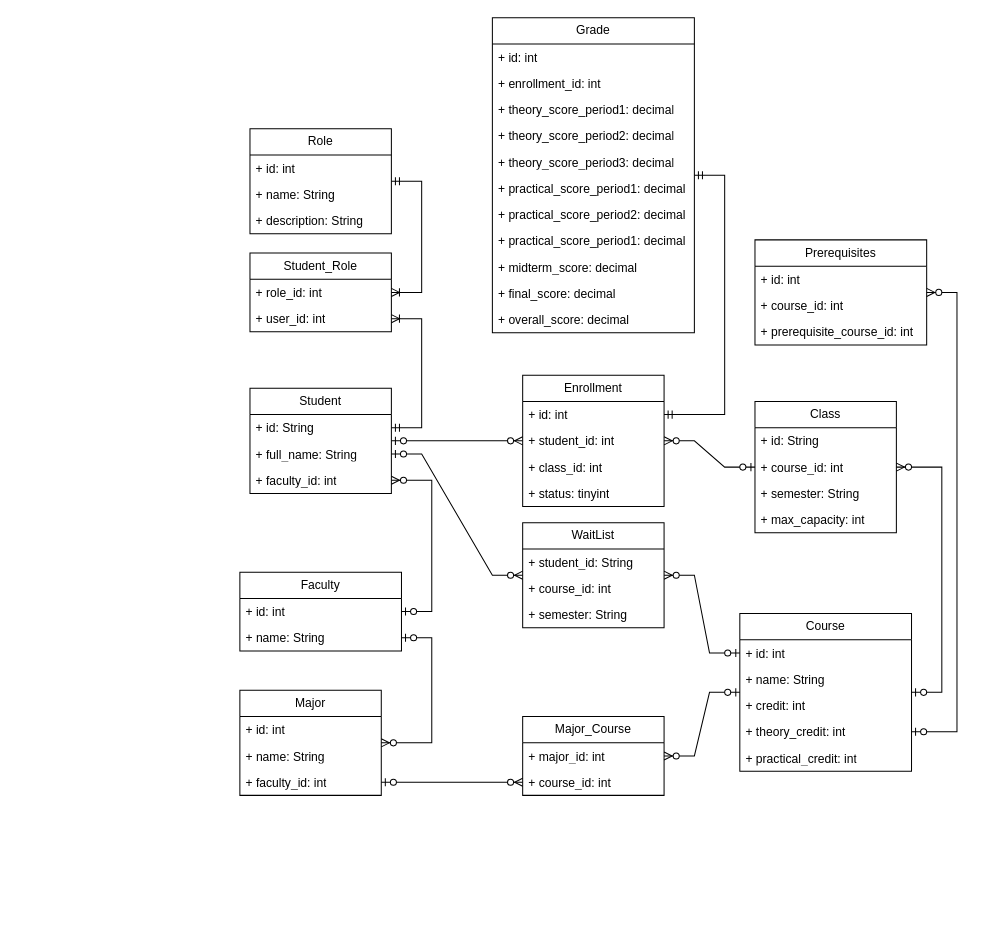
This is University-Enrollment-System.drawio from LaMinhTam/University-Enrollment-System, a draw.io file, before an edit. Source tidied: cells renumbered, new cells numbered last; positions are measured from the earlier drawing's top-left corner, leaving out a move shared by most shapes. Both pictures are drawn from the tidied source at 101%, with x=0, y=0 at pixel (-357, 17).
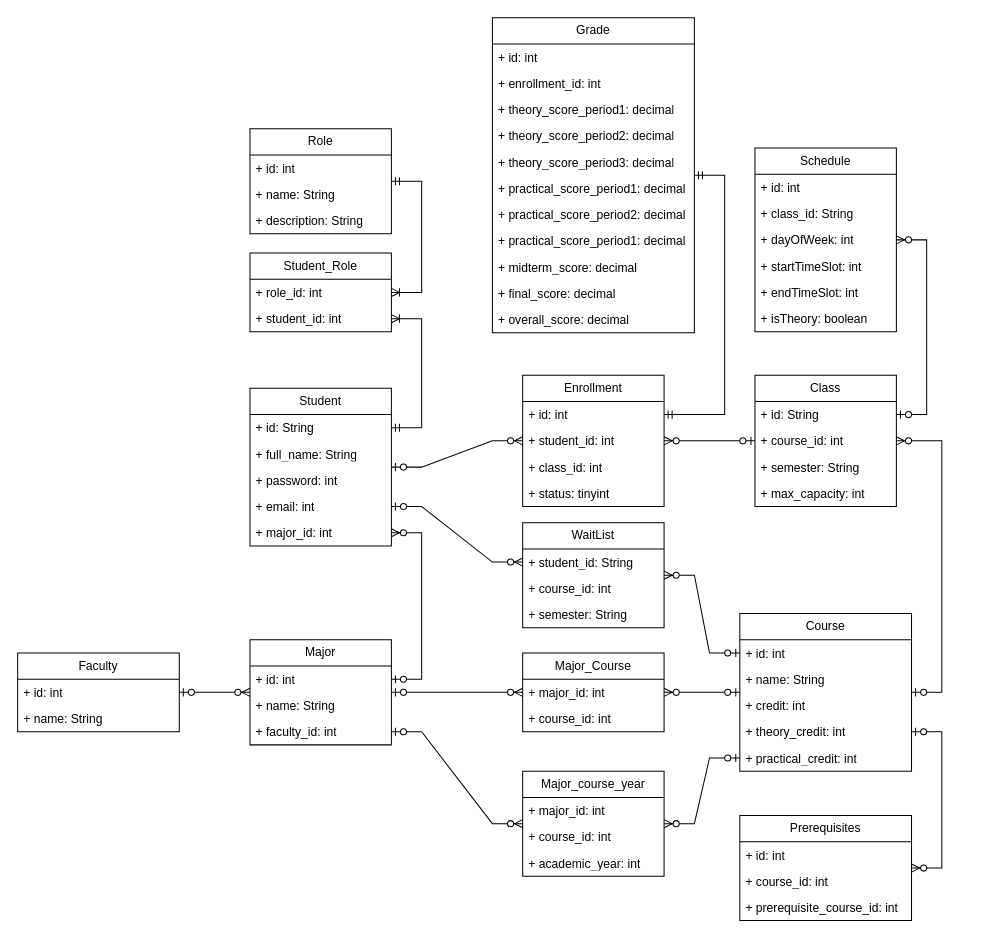
After the change.

Unchanged cells that the change refers to:
```xml
<mxCell id="2" value="Student_Role" style="swimlane;fontStyle=0;horizontal=1;startSize=26;fillColor=none;whiteSpace=wrap;html=1;" parent="1" vertex="1">
  <mxGeometry x="600" y="233" width="140" height="78" as="geometry" />
</mxCell>
<mxCell id="13" value="+ full_name: String" style="text;strokeColor=none;fillColor=none;align=left;verticalAlign=top;spacingLeft=4;spacingRight=4;overflow=hidden;points=[[0,0.5],[1,0.5]];portConstraint=eastwest;whiteSpace=wrap;html=1;" parent="11" vertex="1">
  <mxGeometry y="52" width="140" height="26" as="geometry" />
</mxCell>
<mxCell id="17" value="+ name: String" style="text;strokeColor=none;fillColor=none;align=left;verticalAlign=top;spacingLeft=4;spacingRight=4;overflow=hidden;points=[[0,0.5],[1,0.5]];portConstraint=eastwest;whiteSpace=wrap;html=1;" parent="15" vertex="1">
  <mxGeometry y="52" width="160" height="26" as="geometry" />
</mxCell>
<mxCell id="23" value="+ practical_credit: int" style="text;strokeColor=none;fillColor=none;align=left;verticalAlign=top;spacingLeft=4;spacingRight=4;overflow=hidden;points=[[0,0.5],[1,0.5]];portConstraint=eastwest;whiteSpace=wrap;html=1;" parent="18" vertex="1">
  <mxGeometry y="130" width="170" height="26" as="geometry" />
</mxCell>
<mxCell id="25" value="+ id: String" style="text;strokeColor=none;fillColor=none;align=left;verticalAlign=top;spacingLeft=4;spacingRight=4;overflow=hidden;points=[[0,0.5],[1,0.5]];portConstraint=eastwest;whiteSpace=wrap;html=1;" parent="24" vertex="1">
  <mxGeometry y="26" width="140" height="26" as="geometry" />
</mxCell>
<mxCell id="39" value="+ course_id: int" style="text;strokeColor=none;fillColor=none;align=left;verticalAlign=top;spacingLeft=4;spacingRight=4;overflow=hidden;points=[[0,0.5],[1,0.5]];portConstraint=eastwest;whiteSpace=wrap;html=1;" parent="37" vertex="1">
  <mxGeometry y="52" width="140" height="26" as="geometry" />
</mxCell>
<mxCell id="60" value="WaitList" style="swimlane;fontStyle=0;horizontal=1;startSize=26;fillColor=none;whiteSpace=wrap;html=1;" parent="1" vertex="1">
  <mxGeometry x="870" y="500" width="140" height="104" as="geometry" />
</mxCell>
<mxCell id="61" value="+ student_id: String" style="text;strokeColor=none;fillColor=none;align=left;verticalAlign=top;spacingLeft=4;spacingRight=4;overflow=hidden;points=[[0,0.5],[1,0.5]];portConstraint=eastwest;whiteSpace=wrap;html=1;" parent="60" vertex="1">
  <mxGeometry y="26" width="140" height="26" as="geometry" />
</mxCell>
<mxCell id="68" value="+ id: int" style="text;strokeColor=none;fillColor=none;align=left;verticalAlign=top;spacingLeft=4;spacingRight=4;overflow=hidden;points=[[0,0.5],[1,0.5]];portConstraint=eastwest;whiteSpace=wrap;html=1;" parent="67" vertex="1">
  <mxGeometry y="26" width="140" height="26" as="geometry" />
</mxCell>
<mxCell id="70" value="+ faculty_id: int" style="text;strokeColor=none;fillColor=none;align=left;verticalAlign=top;spacingLeft=4;spacingRight=4;overflow=hidden;points=[[0,0.5],[1,0.5]];portConstraint=eastwest;whiteSpace=wrap;html=1;" parent="67" vertex="1">
  <mxGeometry y="78" width="140" height="26" as="geometry" />
</mxCell>
```

Change to the diagram source:
```diff
@@
-    <mxCell id="4" value="+ user_id: int" style="text;strokeColor=none;fillColor=none;align=left;verticalAlign=top;spacingLeft=4;spacingRight=4;overflow=hidden;points=[[0,0.5],[1,0.5]];portConstraint=eastwest;whiteSpace=wrap;html=1;" parent="2" vertex="1">
+    <mxCell id="4" value="+ student_id: int" style="text;strokeColor=none;fillColor=none;align=left;verticalAlign=top;spacingLeft=4;spacingRight=4;overflow=hidden;points=[[0,0.5],[1,0.5]];portConstraint=eastwest;whiteSpace=wrap;html=1;" parent="2" vertex="1">
       <mxGeometry y="52" width="140" height="26" as="geometry" />
     </mxCell>
@@
     <mxCell id="11" value="Student" style="swimlane;fontStyle=0;horizontal=1;startSize=26;fillColor=none;whiteSpace=wrap;html=1;" parent="1" vertex="1">
-      <mxGeometry x="600" y="367" width="140" height="104" as="geometry" />
+      <mxGeometry x="600" y="367" width="140" height="156" as="geometry" />
     </mxCell>
@@
+    <mxCell id="72" value="+ password: int" style="text;strokeColor=none;fillColor=none;align=left;verticalAlign=top;spacingLeft=4;spacingRight=4;overflow=hidden;whiteSpace=wrap;html=1;" parent="11" vertex="1">
+      <mxGeometry y="78" width="140" height="26" as="geometry" />
+    </mxCell>
+    <mxCell id="73" value="+ email: int" style="text;strokeColor=none;fillColor=none;align=left;verticalAlign=top;spacingLeft=4;spacingRight=4;overflow=hidden;points=[[0,0.5],[1,0.5]];portConstraint=eastwest;whiteSpace=wrap;html=1;" parent="11" vertex="1">
+      <mxGeometry y="104" width="140" height="26" as="geometry" />
+    </mxCell>
-    <mxCell id="14" value="+ faculty_id: int" style="text;strokeColor=none;fillColor=none;align=left;verticalAlign=top;spacingLeft=4;spacingRight=4;overflow=hidden;points=[[0,0.5],[1,0.5]];portConstraint=eastwest;whiteSpace=wrap;html=1;" parent="11" vertex="1">
-      <mxGeometry y="78" width="140" height="26" as="geometry" />
+    <mxCell id="14" value="+ major_id: int" style="text;strokeColor=none;fillColor=none;align=left;verticalAlign=top;spacingLeft=4;spacingRight=4;overflow=hidden;points=[[0,0.5],[1,0.5]];portConstraint=eastwest;whiteSpace=wrap;html=1;" parent="11" vertex="1">
+      <mxGeometry y="130" width="140" height="26" as="geometry" />
     </mxCell>
     <mxCell id="15" value="Faculty" style="swimlane;fontStyle=0;horizontal=1;startSize=26;fillColor=none;whiteSpace=wrap;html=1;" parent="1" vertex="1">
-      <mxGeometry x="590" y="549" width="160" height="78" as="geometry" />
+      <mxGeometry x="370" y="629" width="160" height="78" as="geometry" />
     </mxCell>
@@
     <mxCell id="24" value="Class" style="swimlane;fontStyle=0;horizontal=1;startSize=26;fillColor=none;whiteSpace=wrap;html=1;" parent="1" vertex="1">
-      <mxGeometry x="1100" y="380" width="140" height="130" as="geometry" />
+      <mxGeometry x="1100" y="354" width="140" height="130" as="geometry" />
     </mxCell>
@@
     <mxCell id="37" value="Major_Course" style="swimlane;fontStyle=0;horizontal=1;startSize=26;fillColor=none;whiteSpace=wrap;html=1;" parent="1" vertex="1">
-      <mxGeometry x="870" y="692" width="140" height="78" as="geometry" />
+      <mxGeometry x="870" y="629" width="140" height="78" as="geometry" />
     </mxCell>
@@
-    <mxCell id="41" style="edgeStyle=entityRelationEdgeStyle;fontSize=12;html=1;endArrow=ERzeroToMany;startArrow=ERzeroToOne;rounded=0;entryX=0;entryY=0.5;entryDx=0;entryDy=0;" parent="1" edge="1" source="70" target="39">
+    <mxCell id="41" style="edgeStyle=entityRelationEdgeStyle;fontSize=12;html=1;endArrow=ERzeroToMany;startArrow=ERzeroToOne;rounded=0;" parent="1" edge="1" source="67" target="37">
       <mxGeometry relative="1" as="geometry" />
     </mxCell>
     <mxCell id="42" value="Prerequisites" style="swimlane;fontStyle=0;horizontal=1;startSize=26;fillColor=none;whiteSpace=wrap;html=1;" parent="1" vertex="1">
-      <mxGeometry x="1100" y="220" width="170" height="104" as="geometry" />
+      <mxGeometry x="1085" y="790" width="170" height="104" as="geometry" />
     </mxCell>
@@
-    <mxCell id="64" style="edgeStyle=entityRelationEdgeStyle;fontSize=12;html=1;endArrow=ERzeroToMany;startArrow=ERzeroToOne;rounded=0;" parent="1" edge="1" source="15" target="14">
-      <mxGeometry relative="1" as="geometry">
-        <Array as="points">
-          <mxPoint x="410" y="479" />
-          <mxPoint x="760" y="550" />
-        </Array>
-      </mxGeometry>
-    </mxCell>
-    <mxCell id="65" style="edgeStyle=entityRelationEdgeStyle;fontSize=12;html=1;endArrow=ERzeroToMany;startArrow=ERzeroToOne;rounded=0;" parent="1" edge="1" source="13" target="60">
+    <mxCell id="65" style="edgeStyle=entityRelationEdgeStyle;fontSize=12;html=1;endArrow=ERzeroToMany;startArrow=ERzeroToOne;rounded=0;entryX=0;entryY=0.5;entryDx=0;entryDy=0;" parent="1" edge="1" source="73" target="61">
       <mxGeometry relative="1" as="geometry" />
     </mxCell>
@@
     <mxCell id="67" value="Major" style="swimlane;fontStyle=0;horizontal=1;startSize=26;fillColor=none;whiteSpace=wrap;html=1;" parent="1" vertex="1">
-      <mxGeometry x="590" y="666" width="140" height="104" as="geometry" />
+      <mxGeometry x="600" y="616" width="140" height="104" as="geometry" />
     </mxCell>
@@
-    <mxCell id="71" style="edgeStyle=entityRelationEdgeStyle;fontSize=12;html=1;endArrow=ERzeroToMany;startArrow=ERzeroToOne;rounded=0;" parent="1" edge="1" source="17" target="67">
+    <mxCell id="71" style="edgeStyle=entityRelationEdgeStyle;fontSize=12;html=1;endArrow=ERzeroToMany;startArrow=ERzeroToOne;rounded=0;" parent="1" edge="1" source="15" target="67">
       <mxGeometry relative="1" as="geometry" />
     </mxCell>
+    <mxCell id="74" style="edgeStyle=entityRelationEdgeStyle;fontSize=12;html=1;endArrow=ERzeroToMany;startArrow=ERzeroToOne;rounded=0;" parent="1" edge="1" source="68" target="14">
+      <mxGeometry relative="1" as="geometry" />
+    </mxCell>
+    <mxCell id="75" value="Schedule" style="swimlane;fontStyle=0;horizontal=1;startSize=26;fillColor=none;whiteSpace=wrap;html=1;" parent="1" vertex="1">
+      <mxGeometry x="1100" y="129" width="140" height="182" as="geometry" />
+    </mxCell>
+    <mxCell id="76" value="+ id: int" style="text;strokeColor=none;fillColor=none;align=left;verticalAlign=top;spacingLeft=4;spacingRight=4;overflow=hidden;whiteSpace=wrap;html=1;" parent="75" vertex="1">
+      <mxGeometry y="26" width="140" height="26" as="geometry" />
+    </mxCell>
+    <mxCell id="77" value="+ class_id: String" style="text;strokeColor=none;fillColor=none;align=left;verticalAlign=top;spacingLeft=4;spacingRight=4;overflow=hidden;whiteSpace=wrap;html=1;" parent="75" vertex="1">
+      <mxGeometry y="52" width="140" height="26" as="geometry" />
+    </mxCell>
+    <mxCell id="78" value="+ dayOfWeek: int" style="text;strokeColor=none;fillColor=none;align=left;verticalAlign=top;spacingLeft=4;spacingRight=4;overflow=hidden;whiteSpace=wrap;html=1;" parent="75" vertex="1">
+      <mxGeometry y="78" width="140" height="26" as="geometry" />
+    </mxCell>
+    <mxCell id="79" value="+ startTimeSlot: int" style="text;strokeColor=none;fillColor=none;align=left;verticalAlign=top;spacingLeft=4;spacingRight=4;overflow=hidden;whiteSpace=wrap;html=1;" parent="75" vertex="1">
+      <mxGeometry y="104" width="140" height="26" as="geometry" />
+    </mxCell>
+    <mxCell id="80" value="+ endTimeSlot: int" style="text;strokeColor=none;fillColor=none;align=left;verticalAlign=top;spacingLeft=4;spacingRight=4;overflow=hidden;whiteSpace=wrap;html=1;" parent="75" vertex="1">
+      <mxGeometry y="130" width="140" height="26" as="geometry" />
+    </mxCell>
+    <mxCell id="81" value="+ isTheory: boolean" style="text;strokeColor=none;fillColor=none;align=left;verticalAlign=top;spacingLeft=4;spacingRight=4;overflow=hidden;whiteSpace=wrap;html=1;" parent="75" vertex="1">
+      <mxGeometry y="156" width="140" height="26" as="geometry" />
+    </mxCell>
+    <mxCell id="82" style="edgeStyle=entityRelationEdgeStyle;fontSize=12;html=1;endArrow=ERzeroToMany;startArrow=ERzeroToOne;rounded=0;" parent="1" edge="1" source="25" target="75">
+      <mxGeometry relative="1" as="geometry" />
+    </mxCell>
+    <mxCell id="83" value="Major_course_year" style="swimlane;fontStyle=0;horizontal=1;startSize=26;fillColor=none;whiteSpace=wrap;html=1;" parent="1" vertex="1">
+      <mxGeometry x="870" y="746" width="140" height="104" as="geometry" />
+    </mxCell>
+    <mxCell id="84" value="+ major_id: int" style="text;strokeColor=none;fillColor=none;align=left;verticalAlign=top;spacingLeft=4;spacingRight=4;overflow=hidden;whiteSpace=wrap;html=1;" parent="83" vertex="1">
+      <mxGeometry y="26" width="140" height="26" as="geometry" />
+    </mxCell>
+    <mxCell id="85" value="+ course_id: int" style="text;strokeColor=none;fillColor=none;align=left;verticalAlign=top;spacingLeft=4;spacingRight=4;overflow=hidden;whiteSpace=wrap;html=1;" parent="83" vertex="1">
+      <mxGeometry y="52" width="140" height="26" as="geometry" />
+    </mxCell>
+    <mxCell id="86" value="+ academic_year: int" style="text;strokeColor=none;fillColor=none;align=left;verticalAlign=top;spacingLeft=4;spacingRight=4;overflow=hidden;whiteSpace=wrap;html=1;" parent="83" vertex="1">
+      <mxGeometry y="78" width="140" height="26" as="geometry" />
+    </mxCell>
+    <mxCell id="87" style="edgeStyle=entityRelationEdgeStyle;fontSize=12;html=1;endArrow=ERzeroToMany;startArrow=ERzeroToOne;rounded=0;" parent="1" edge="1" source="70" target="83">
+      <mxGeometry relative="1" as="geometry" />
+    </mxCell>
+    <mxCell id="88" style="edgeStyle=entityRelationEdgeStyle;fontSize=12;html=1;endArrow=ERzeroToMany;startArrow=ERzeroToOne;rounded=0;" parent="1" edge="1" source="23" target="83">
+      <mxGeometry relative="1" as="geometry" />
+    </mxCell>
```
